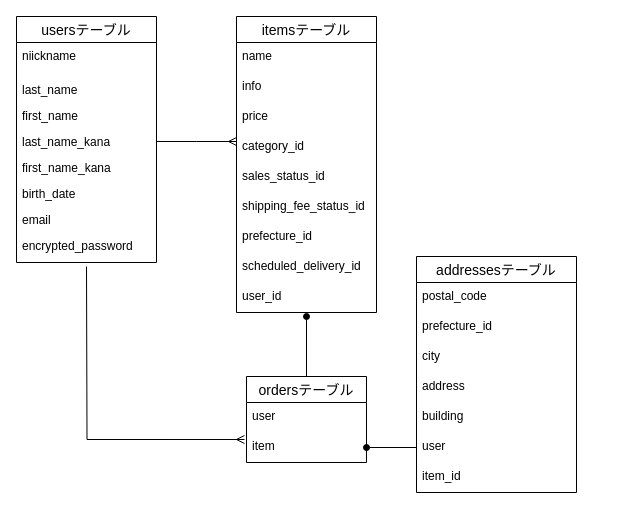
Before: furima.dio in kim-shun/furima-35524, a draw.io diagram. Source tidied: cells renumbered, new cells numbered last; positions are measured from the earlier drawing's top-left corner, leaving out a move shared by most shapes. Both pictures are drawn from the tidied source at 100%, with x=0, y=0 at pixel (16, 16).
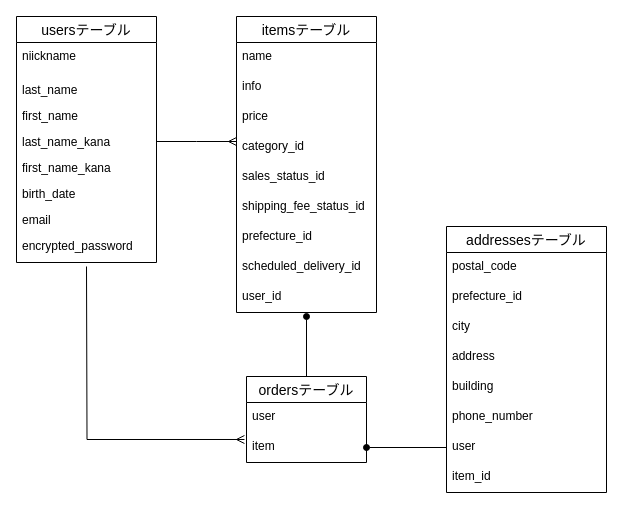
After the change.

The edit, as a diff of the source:
```diff
@@
     <mxCell id="25" value="addressesテーブル" style="swimlane;fontStyle=0;horizontal=1;startSize=26;align=center;fontSize=14;" parent="1" vertex="1">
-      <mxGeometry x="400" y="240" width="160" height="236" as="geometry" />
+      <mxGeometry x="430" y="210" width="160" height="266" as="geometry" />
     </mxCell>
@@
+    <mxCell id="36" value="building" style="text;strokeColor=none;fillColor=none;spacingLeft=4;spacingRight=4;overflow=hidden;fontSize=12;" parent="25" vertex="1">
+      <mxGeometry y="146" width="160" height="30" as="geometry" />
+    </mxCell>
-    <mxCell id="30" value="building" style="text;strokeColor=none;fillColor=none;spacingLeft=4;spacingRight=4;overflow=hidden;fontSize=12;" parent="25" vertex="1">
-      <mxGeometry y="146" width="160" height="30" as="geometry" />
+    <mxCell id="30" value="phone_number" style="text;strokeColor=none;fillColor=none;spacingLeft=4;spacingRight=4;overflow=hidden;fontSize=12;" parent="25" vertex="1">
+      <mxGeometry y="176" width="160" height="30" as="geometry" />
     </mxCell>
     <mxCell id="31" value="user" style="text;strokeColor=none;fillColor=none;spacingLeft=4;spacingRight=4;overflow=hidden;points=[[0,0.5],[1,0.5]];portConstraint=eastwest;fontSize=12;" parent="25" vertex="1">
-      <mxGeometry y="176" width="160" height="30" as="geometry" />
+      <mxGeometry y="206" width="160" height="30" as="geometry" />
     </mxCell>
     <mxCell id="32" value="item_id" style="text;strokeColor=none;fillColor=none;spacingLeft=4;spacingRight=4;overflow=hidden;fontSize=12;" parent="25" vertex="1">
-      <mxGeometry y="206" width="160" height="30" as="geometry" />
+      <mxGeometry y="236" width="160" height="30" as="geometry" />
     </mxCell>
```
